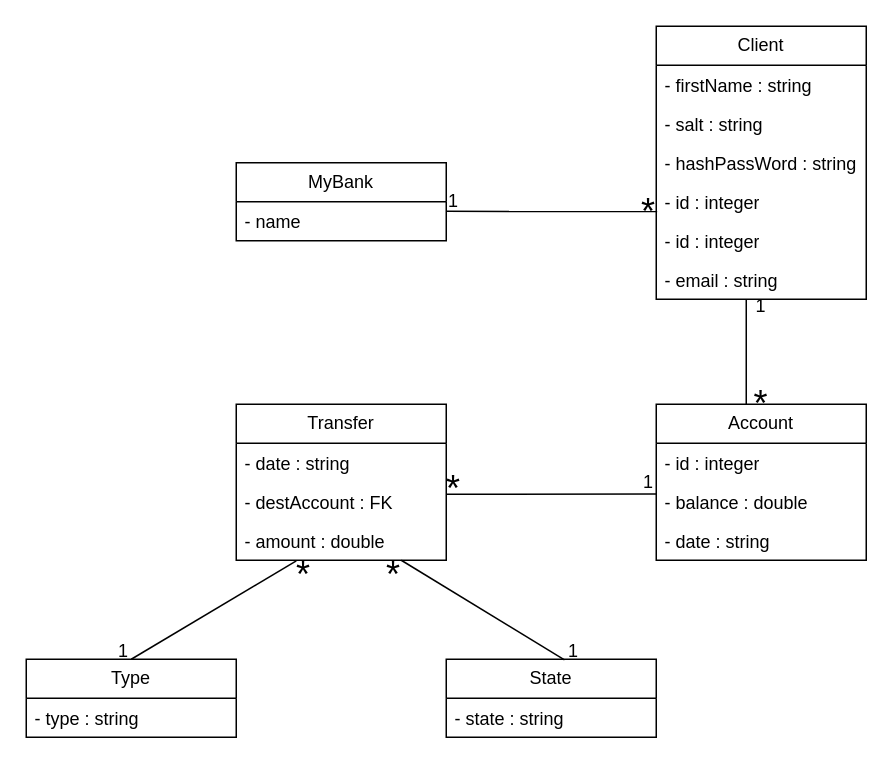
JFSLopes/Bank-System-SQLITE keeps this draw.io diagram as BankDB/BankDB.drawio. Above is the earlier version. Source tidied: cells renumbered, new cells numbered last; positions are measured from the earlier drawing's top-left corner, leaving out a move shared by most shapes. Both pictures are drawn from the tidied source at 150%, with x=0, y=0 at pixel (26, 26).
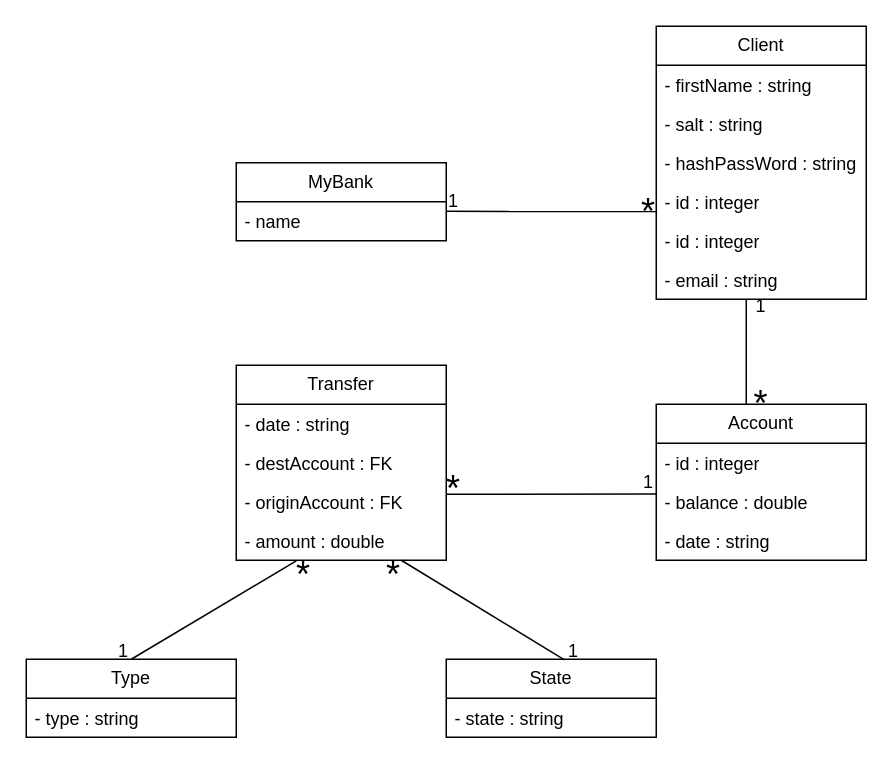
The same diagram, later.

Change to the diagram source:
```diff
@@
     <mxCell id="20" value="Transfer" style="swimlane;fontStyle=0;horizontal=1;startSize=26;fillColor=none;whiteSpace=wrap;html=1;" parent="1" vertex="1">
-      <mxGeometry x="140" y="252" width="140" height="104" as="geometry" />
+      <mxGeometry x="140" y="226" width="140" height="130" as="geometry" />
     </mxCell>
@@
+    <mxCell id="38" value="- originAccount : FK" style="text;strokeColor=none;fillColor=none;align=left;verticalAlign=top;spacingLeft=4;spacingRight=4;overflow=hidden;whiteSpace=wrap;html=1;" parent="20" vertex="1">
+      <mxGeometry y="78" width="140" height="26" as="geometry" />
+    </mxCell>
     <mxCell id="23" value="- amount : double" style="text;strokeColor=none;fillColor=none;align=left;verticalAlign=top;spacingLeft=4;spacingRight=4;overflow=hidden;points=[[0,0.5],[1,0.5]];portConstraint=eastwest;whiteSpace=wrap;html=1;" parent="20" vertex="1">
-      <mxGeometry y="78" width="140" height="26" as="geometry" />
+      <mxGeometry y="104" width="140" height="26" as="geometry" />
     </mxCell>
```
